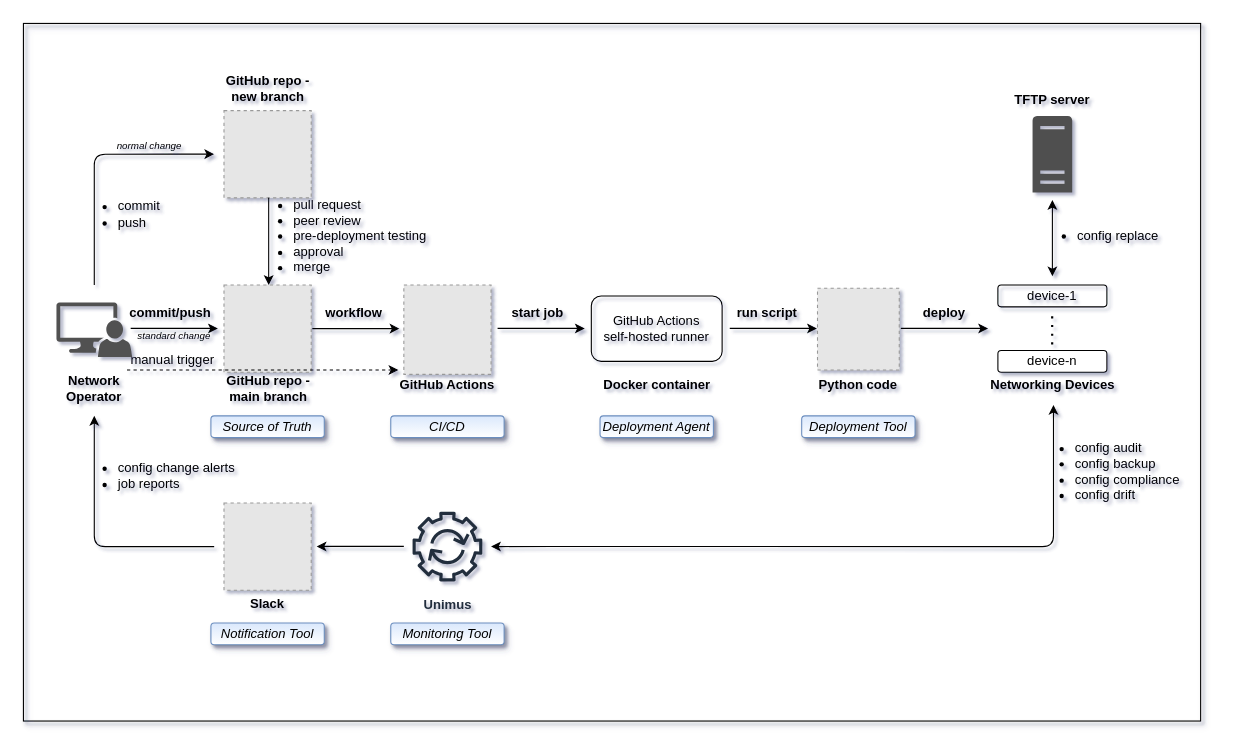
Above: diagram-network-automation-github-actions.drawio in gdmoney/network-automation-github-actions (draw.io), before the change. Source tidied: cells renumbered, new cells numbered last; positions are measured from the earlier drawing's top-left corner, leaving out a move shared by most shapes. Both pictures are drawn from the tidied source at 109%, with x=0, y=0 at pixel (23, 23). Pictures stored in the file or linked from it are replaced by grey dashed boxes.
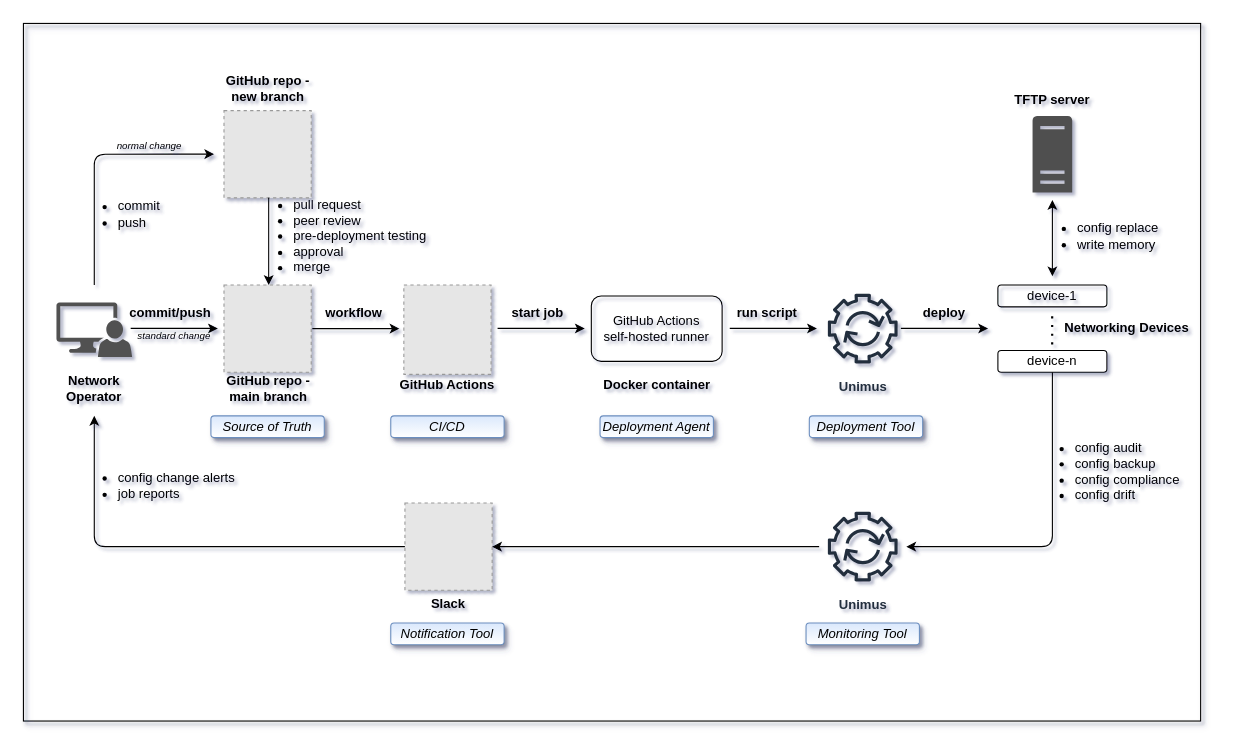
The same diagram, later.

The change refers to these unchanged cells:
```xml
<mxCell id="6" value="device-n" style="rounded=1;whiteSpace=wrap;html=1;" parent="1" vertex="1">
  <mxGeometry x="894" y="300" width="100" height="20" as="geometry" />
</mxCell>
```

The edit, as a diff of the source:
```diff
@@
     <mxCell id="7" value="&lt;b&gt;Networking Devices&lt;br&gt;&lt;/b&gt;" style="text;html=1;strokeColor=none;fillColor=none;align=center;verticalAlign=middle;whiteSpace=wrap;rounded=0;" parent="1" vertex="1">
-      <mxGeometry x="882.8" y="322" width="122.5" height="20" as="geometry" />
+      <mxGeometry x="950.5" y="270" width="122.5" height="20" as="geometry" />
     </mxCell>
@@
-    <mxCell id="10" value="&lt;b&gt;Python code&lt;/b&gt;" style="text;html=1;strokeColor=none;fillColor=none;align=center;verticalAlign=middle;whiteSpace=wrap;rounded=0;" parent="1" vertex="1">
-      <mxGeometry x="726" y="322" width="80" height="20" as="geometry" />
-    </mxCell>
@@
     <mxCell id="26" value="&lt;span&gt;Deployment Tool&lt;/span&gt;" style="text;html=1;strokeColor=#6c8ebf;fillColor=#dae8fc;align=center;verticalAlign=middle;whiteSpace=wrap;rounded=1;gradientColor=#ffffff;glass=0;shadow=1;sketch=0;fontStyle=2;labelBackgroundColor=none;labelBorderColor=none;" parent="1" vertex="1">
-      <mxGeometry x="714" y="360" width="104" height="20" as="geometry" />
+      <mxGeometry x="721" y="360" width="104" height="20" as="geometry" />
     </mxCell>
@@
-    <mxCell id="28" style="fillColor=#E6E6E6;strokeColor=#999999;dashed=1;html=1;verticalAlign=top;verticalLabelPosition=bottom;labelBackgroundColor=#ffffff;" parent="1" vertex="1">
-      <mxGeometry x="728.5" y="243" width="75" height="75" as="geometry" />
-    </mxCell>
@@
-    <mxCell id="32" style="endArrow=classic;html=1;" parent="1" edge="1">
+    <mxCell id="32" style="endArrow=classic;html=1;exitX=0;exitY=0.5;exitDx=0;exitDy=0;" parent="1" edge="1" source="48">
       <mxGeometry relative="1" as="geometry">
-        <mxPoint x="175" y="480" as="sourcePoint" />
         <mxPoint x="65" y="360" as="targetPoint" />
         <Array as="points">
           <mxPoint x="65" y="480" />
         </Array>
       </mxGeometry>
     </mxCell>
@@
     <mxCell id="34" value="&lt;ul&gt;&lt;li&gt;config change alerts&lt;/li&gt;&lt;li&gt;job reports&lt;/li&gt;&lt;/ul&gt;" style="text;html=1;strokeColor=none;fillColor=none;align=left;verticalAlign=middle;whiteSpace=wrap;rounded=0;" parent="1" vertex="1">
-      <mxGeometry x="45" y="400" width="159" height="30" as="geometry" />
+      <mxGeometry x="45" y="409" width="159" height="30" as="geometry" />
     </mxCell>
-    <mxCell id="35" style="endArrow=classic;html=1;startArrow=classic;startFill=1;" parent="1" edge="1" source="49">
-      <mxGeometry relative="1" as="geometry">
-        <mxPoint x="945" y="350" as="targetPoint" />
-        <Array as="points">
-          <mxPoint x="495" y="479.9" />
-          <mxPoint x="945" y="480" />
-          <mxPoint x="945" y="410" />
-        </Array>
-      </mxGeometry>
-    </mxCell>
     <mxCell id="36" value="&lt;span&gt;Monitoring Tool&lt;/span&gt;" style="text;html=1;strokeColor=#6c8ebf;fillColor=#dae8fc;align=center;verticalAlign=middle;whiteSpace=wrap;rounded=1;gradientColor=#ffffff;glass=0;shadow=1;sketch=0;fontStyle=2;labelBackgroundColor=none;labelBorderColor=none;" parent="1" vertex="1">
-      <mxGeometry x="337" y="550" width="104" height="20" as="geometry" />
+      <mxGeometry x="718" y="550" width="104" height="20" as="geometry" />
     </mxCell>
@@
-    <mxCell id="42" value="&lt;ul&gt;&lt;li&gt;config replace&lt;/li&gt;&lt;/ul&gt;" style="text;html=1;strokeColor=none;fillColor=none;align=left;verticalAlign=middle;whiteSpace=wrap;rounded=0;" parent="1" vertex="1">
+    <mxCell id="42" value="&lt;ul&gt;&lt;li&gt;config replace&lt;/li&gt;&lt;li&gt;write memory&lt;/li&gt;&lt;/ul&gt;" style="text;html=1;strokeColor=none;fillColor=none;align=left;verticalAlign=middle;whiteSpace=wrap;rounded=0;" parent="1" vertex="1">
       <mxGeometry x="925" y="180" width="130" height="30" as="geometry" />
     </mxCell>
@@
     <mxCell id="48" style="fillColor=#E6E6E6;strokeColor=#999999;dashed=1;html=1;verticalAlign=top;verticalLabelPosition=bottom;labelBackgroundColor=#ffffff;" parent="1" vertex="1">
-      <mxGeometry x="184" y="440" width="80" height="80" as="geometry" />
+      <mxGeometry x="350" y="440" width="80" height="80" as="geometry" />
     </mxCell>
     <mxCell id="49" value="&lt;b&gt;Unimus&lt;/b&gt;" style="outlineConnect=0;fontColor=#232F3E;gradientColor=none;strokeColor=#232F3E;dashed=0;verticalLabelPosition=bottom;verticalAlign=top;align=center;html=1;fontSize=12;fontStyle=0;shape=mxgraph.aws4.resourceIcon;resIcon=mxgraph.aws4.automation;fillColor=none;" parent="1" vertex="1">
-      <mxGeometry x="349" y="440" width="80" height="80" as="geometry" />
+      <mxGeometry x="730" y="440" width="80" height="80" as="geometry" />
     </mxCell>
     <mxCell id="50" value="&lt;span&gt;Notification Tool&lt;/span&gt;" style="text;html=1;strokeColor=#6c8ebf;fillColor=#dae8fc;align=center;verticalAlign=middle;whiteSpace=wrap;rounded=1;gradientColor=#ffffff;glass=0;shadow=1;sketch=0;fontStyle=2;labelBackgroundColor=none;labelBorderColor=none;" parent="1" vertex="1">
-      <mxGeometry x="172" y="550" width="104" height="20" as="geometry" />
+      <mxGeometry x="337" y="550" width="104" height="20" as="geometry" />
     </mxCell>
-    <mxCell id="51" style="edgeStyle=orthogonalEdgeStyle;rounded=0;orthogonalLoop=1;jettySize=auto;html=1;" parent="1" edge="1">
-      <mxGeometry relative="1" as="geometry">
-        <mxPoint x="349" y="479.8" as="sourcePoint" />
-        <mxPoint x="269" y="479.8" as="targetPoint" />
-      </mxGeometry>
+    <mxCell id="51" style="edgeStyle=orthogonalEdgeStyle;rounded=0;jettySize=auto;html=1;entryX=1;entryY=0.5;entryDx=0;entryDy=0;" parent="1" edge="1" source="49" target="48">
+      <mxGeometry relative="1" as="geometry" />
     </mxCell>
     <mxCell id="52" value="&lt;b&gt;Slack&lt;br&gt;&lt;/b&gt;" style="text;html=1;strokeColor=none;fillColor=none;align=center;verticalAlign=middle;whiteSpace=wrap;rounded=0;" parent="1" vertex="1">
-      <mxGeometry x="179" y="523" width="90" height="20" as="geometry" />
+      <mxGeometry x="345" y="523" width="90" height="20" as="geometry" />
     </mxCell>
-    <mxCell id="53" style="edgeStyle=orthogonalEdgeStyle;rounded=0;orthogonalLoop=1;jettySize=auto;html=1;dashed=1;fontStyle=0;" parent="1" edge="1">
-      <mxGeometry relative="1" as="geometry">
-        <mxPoint x="95" y="318" as="sourcePoint" />
-        <mxPoint x="344" y="318" as="targetPoint" />
-      </mxGeometry>
-    </mxCell>
-    <mxCell id="54" value="&lt;span&gt;manual trigger&lt;/span&gt;" style="text;html=1;strokeColor=none;fillColor=none;align=center;verticalAlign=middle;whiteSpace=wrap;rounded=0;fontStyle=0;" parent="1" vertex="1">
-      <mxGeometry x="97" y="299" width="80" height="20" as="geometry" />
-    </mxCell>
+    <mxCell id="55" value="&lt;b&gt;Unimus&lt;/b&gt;" style="fontColor=#232F3E;gradientColor=none;strokeColor=#232F3E;dashed=0;verticalLabelPosition=bottom;verticalAlign=top;align=center;html=1;fontSize=12;fontStyle=0;shape=mxgraph.aws4.resourceIcon;resIcon=mxgraph.aws4.automation;fillColor=none;" parent="1" vertex="1">
+      <mxGeometry x="730" y="240" width="80" height="80" as="geometry" />
+    </mxCell>
+    <mxCell id="56" style="edgeStyle=orthogonalEdgeStyle;rounded=1;jettySize=auto;html=1;exitX=0.5;exitY=1;exitDx=0;exitDy=0;" parent="1" edge="1" source="6" target="49">
+      <mxGeometry relative="1" as="geometry">
+        <Array as="points">
+          <mxPoint x="944" y="480" />
+        </Array>
+      </mxGeometry>
+    </mxCell>
```
